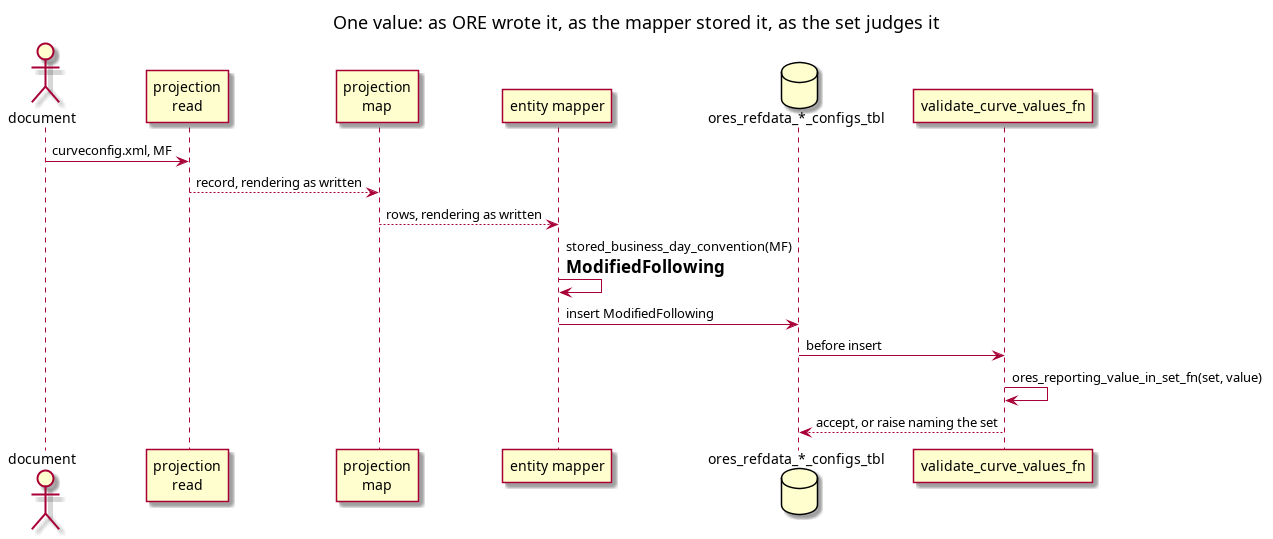
Earlier version of the PlantUML export doc/knowledge/architecture/an_ore_document_becomes_rows_in_three_steps.png (OreStudio/OreStudio). Its source is kept beside it as doc/knowledge/architecture/an_ore_document_becomes_rows_in_three_steps.puml.
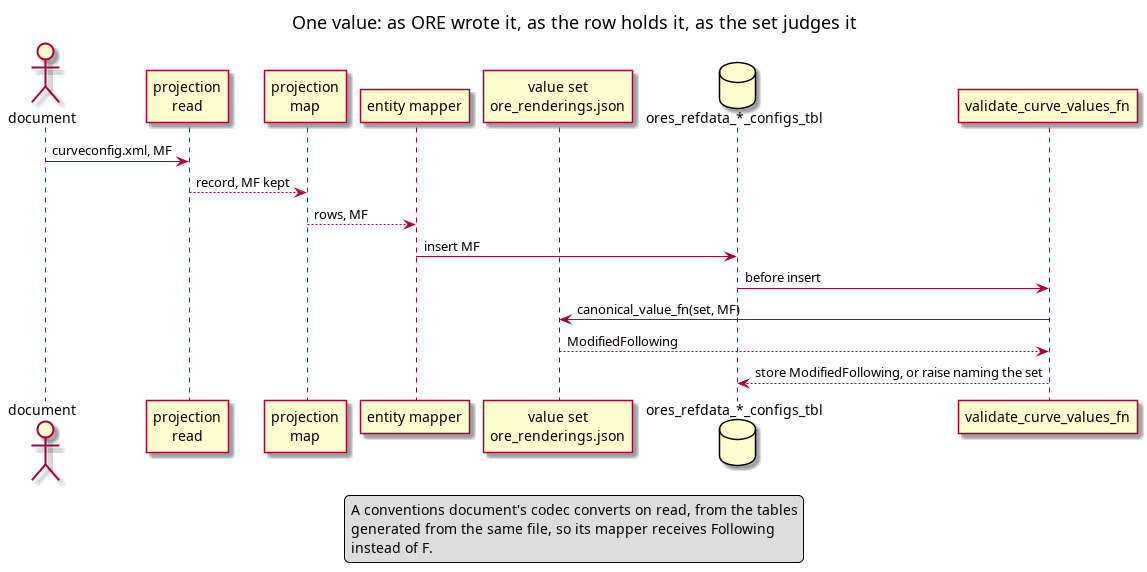
After the commit.

Commit message:
[docs] Restate the boundary that converts a stored value

Change to the diagram source:
```diff
@@ -1,21 +1,28 @@
 @startuml
 
-title One value: as ORE wrote it, as the mapper stored it, as the set judges it
+title One value: as ORE wrote it, as the row holds it, as the set judges it
 
 actor "document" as caller
 participant "projection\nread" as codec
 participant "projection\nmap" as map
 participant "entity mapper" as mapper
+participant "value set\nore_renderings.json" as set
 database "ores_refdata_*_configs_tbl" as db
 participant "validate_curve_values_fn" as guard
 
 caller -> codec : curveconfig.xml, MF
-codec --> map : record, rendering as written
-map --> mapper : rows, rendering as written
-mapper -> mapper : stored_business_day_convention(MF)\n= ModifiedFollowing
-mapper -> db : insert ModifiedFollowing
+codec --> map : record, MF kept
+map --> mapper : rows, MF
+mapper -> db : insert MF
 db -> guard : before insert
-guard -> guard : ores_reporting_value_in_set_fn(set, value)
-guard --> db : accept, or raise naming the set
+guard -> set : canonical_value_fn(set, MF)
+set --> guard : ModifiedFollowing
+guard --> db : store ModifiedFollowing, or raise naming the set
+
+legend bottom
+A conventions document's codec converts on read, from the tables
+generated from the same file, so its mapper receives Following
+instead of F.
+end legend
 
 @enduml
```
